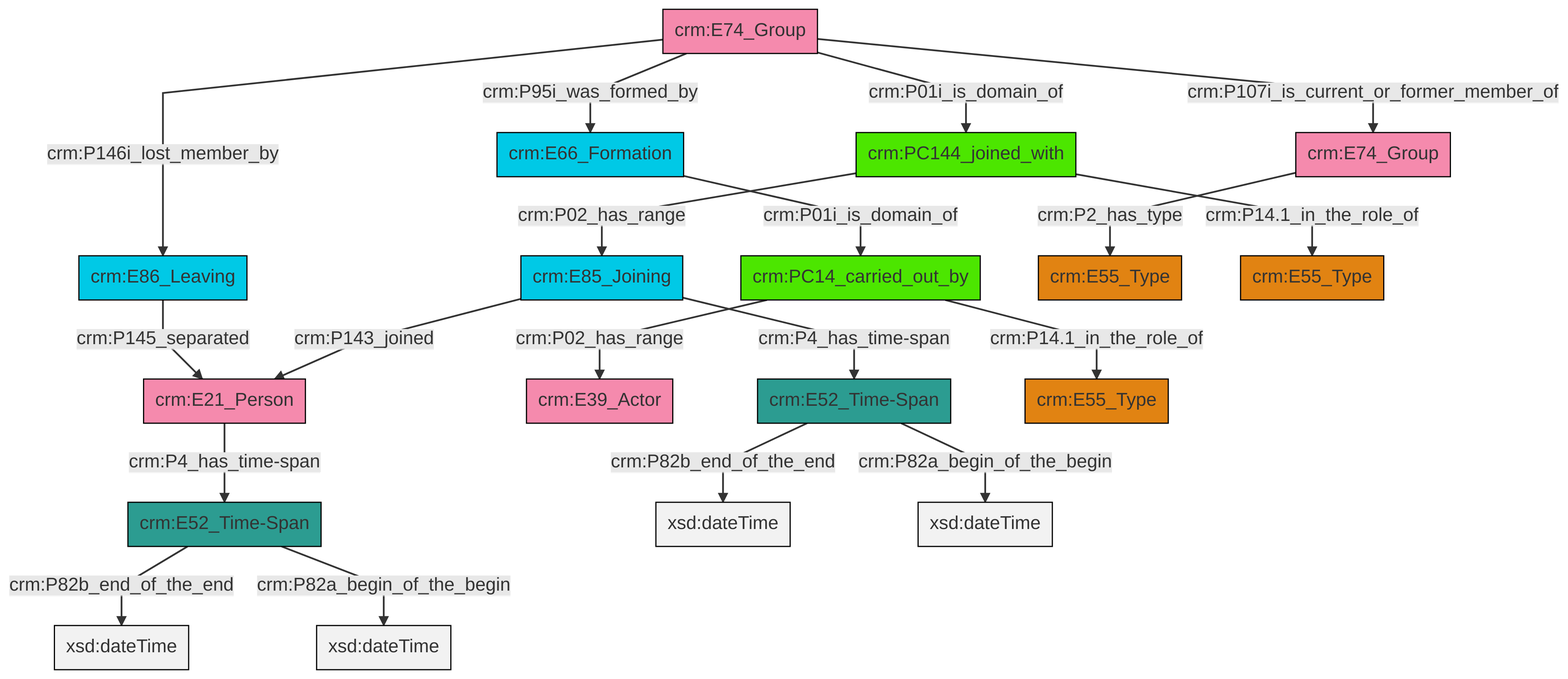
swiss-art-research-net/docs.swissartresearch keeps this Mermaid diagram as et/groupCSV/ttl/mmd/png/group_actor_relations.png. Above is the earlier version. Its source is kept beside it as et/groupCSV/ttl/mmd/group_actor_relations.ttl.mmd.
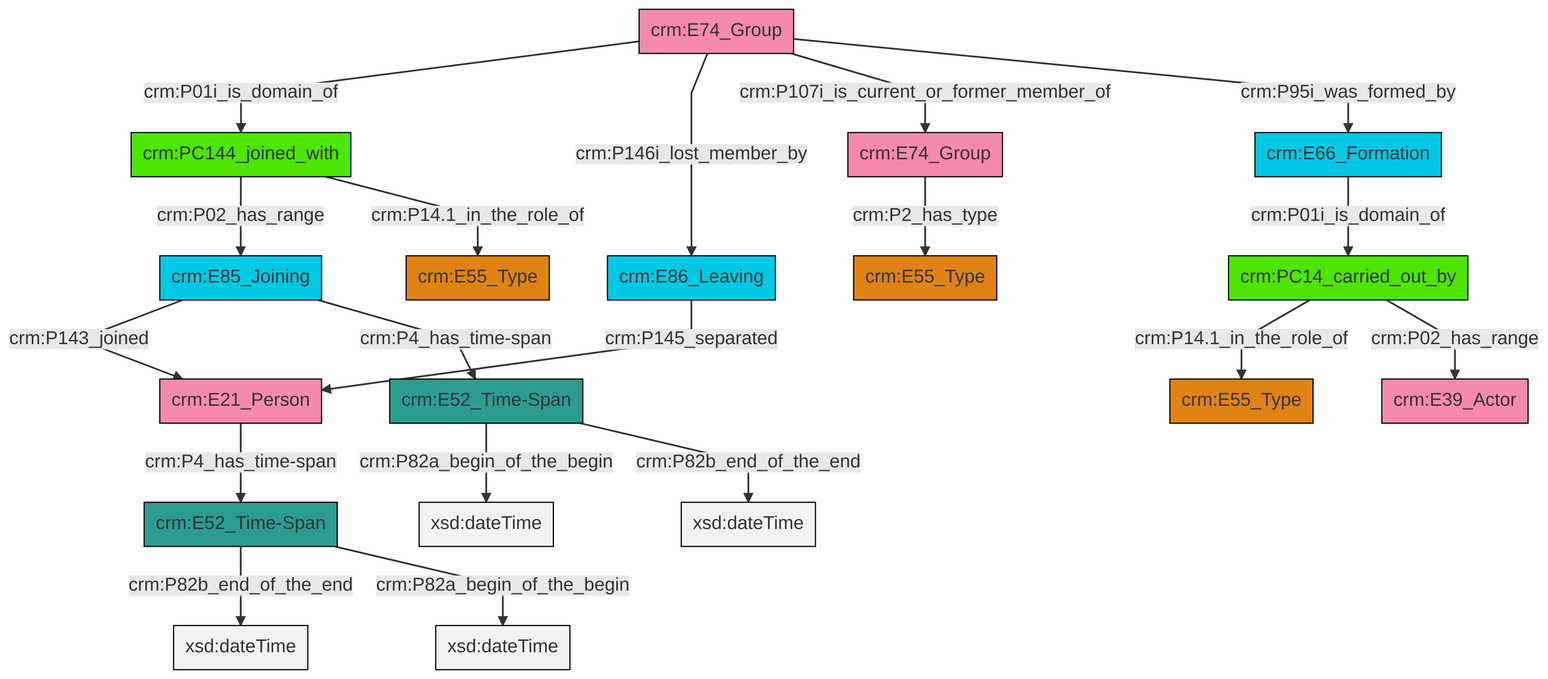
Above is the later version.

Diff of the diagram source:
```diff
@@ -13,21 +13,21 @@
 classDef PC_Classes fill:#4ce600, stroke:#000000;
 classDef Multi fill:#cccccc,stroke:#000000;
 
-0["crm:E86_Leaving"]:::Temporal_Entity -->|crm:P145_separated| 2["crm:E21_Person"]:::Actor
-3["crm:PC144_joined_with"]:::PC_Classes -->|crm:P02_has_range| 4["crm:E85_Joining"]:::Temporal_Entity
-5["crm:E74_Group"]:::Actor -->|crm:P146i_lost_member_by| 0["crm:E86_Leaving"]:::Temporal_Entity
-6["crm:PC14_carried_out_by"]:::PC_Classes -->|crm:P02_has_range| 7["crm:E39_Actor"]:::Actor
+0["crm:PC14_carried_out_by"]:::PC_Classes -->|crm:P14.1_in_the_role_of| 1["crm:E55_Type"]:::Type
+3["crm:E86_Leaving"]:::Temporal_Entity -->|crm:P145_separated| 4["crm:E21_Person"]:::Actor
+5["crm:E74_Group"]:::Actor -->|crm:P01i_is_domain_of| 6["crm:PC144_joined_with"]:::PC_Classes
 9["crm:E52_Time-Span"]:::Time-Span -->|crm:P82b_end_of_the_end| 10[xsd:dateTime]:::Literal
-4["crm:E85_Joining"]:::Temporal_Entity -->|crm:P4_has_time-span| 11["crm:E52_Time-Span"]:::Time-Span
-4["crm:E85_Joining"]:::Temporal_Entity -->|crm:P143_joined| 2["crm:E21_Person"]:::Actor
-6["crm:PC14_carried_out_by"]:::PC_Classes -->|crm:P14.1_in_the_role_of| 12["crm:E55_Type"]:::Type
-2["crm:E21_Person"]:::Actor -->|crm:P4_has_time-span| 9["crm:E52_Time-Span"]:::Time-Span
-11["crm:E52_Time-Span"]:::Time-Span -->|crm:P82b_end_of_the_end| 13[xsd:dateTime]:::Literal
-5["crm:E74_Group"]:::Actor -->|crm:P95i_was_formed_by| 16["crm:E66_Formation"]:::Temporal_Entity
-5["crm:E74_Group"]:::Actor -->|crm:P01i_is_domain_of| 3["crm:PC144_joined_with"]:::PC_Classes
-16["crm:E66_Formation"]:::Temporal_Entity -->|crm:P01i_is_domain_of| 6["crm:PC14_carried_out_by"]:::PC_Classes
-3["crm:PC144_joined_with"]:::PC_Classes -->|crm:P14.1_in_the_role_of| 19["crm:E55_Type"]:::Type
-9["crm:E52_Time-Span"]:::Time-Span -->|crm:P82a_begin_of_the_begin| 21[xsd:dateTime]:::Literal
-11["crm:E52_Time-Span"]:::Time-Span -->|crm:P82a_begin_of_the_begin| 22[xsd:dateTime]:::Literal
-5["crm:E74_Group"]:::Actor -->|crm:P107i_is_current_or_former_member_of| 26["crm:E74_Group"]:::Actor
-26["crm:E74_Group"]:::Actor -->|crm:P2_has_type| 14["crm:E55_Type"]:::Type
+9["crm:E52_Time-Span"]:::Time-Span -->|crm:P82a_begin_of_the_begin| 14[xsd:dateTime]:::Literal
+6["crm:PC144_joined_with"]:::PC_Classes -->|crm:P02_has_range| 17["crm:E85_Joining"]:::Temporal_Entity
+0["crm:PC14_carried_out_by"]:::PC_Classes -->|crm:P02_has_range| 19["crm:E39_Actor"]:::Actor
+5["crm:E74_Group"]:::Actor -->|crm:P146i_lost_member_by| 3["crm:E86_Leaving"]:::Temporal_Entity
+25["crm:E74_Group"]:::Actor -->|crm:P2_has_type| 12["crm:E55_Type"]:::Type
+5["crm:E74_Group"]:::Actor -->|crm:P107i_is_current_or_former_member_of| 25["crm:E74_Group"]:::Actor
+17["crm:E85_Joining"]:::Temporal_Entity -->|crm:P143_joined| 4["crm:E21_Person"]:::Actor
+6["crm:PC144_joined_with"]:::PC_Classes -->|crm:P14.1_in_the_role_of| 7["crm:E55_Type"]:::Type
+4["crm:E21_Person"]:::Actor -->|crm:P4_has_time-span| 9["crm:E52_Time-Span"]:::Time-Span
+23["crm:E66_Formation"]:::Temporal_Entity -->|crm:P01i_is_domain_of| 0["crm:PC14_carried_out_by"]:::PC_Classes
+20["crm:E52_Time-Span"]:::Time-Span -->|crm:P82a_begin_of_the_begin| 30[xsd:dateTime]:::Literal
+17["crm:E85_Joining"]:::Temporal_Entity -->|crm:P4_has_time-span| 20["crm:E52_Time-Span"]:::Time-Span
+20["crm:E52_Time-Span"]:::Time-Span -->|crm:P82b_end_of_the_end| 34[xsd:dateTime]:::Literal
+5["crm:E74_Group"]:::Actor -->|crm:P95i_was_formed_by| 23["crm:E66_Formation"]:::Temporal_Entity
```
